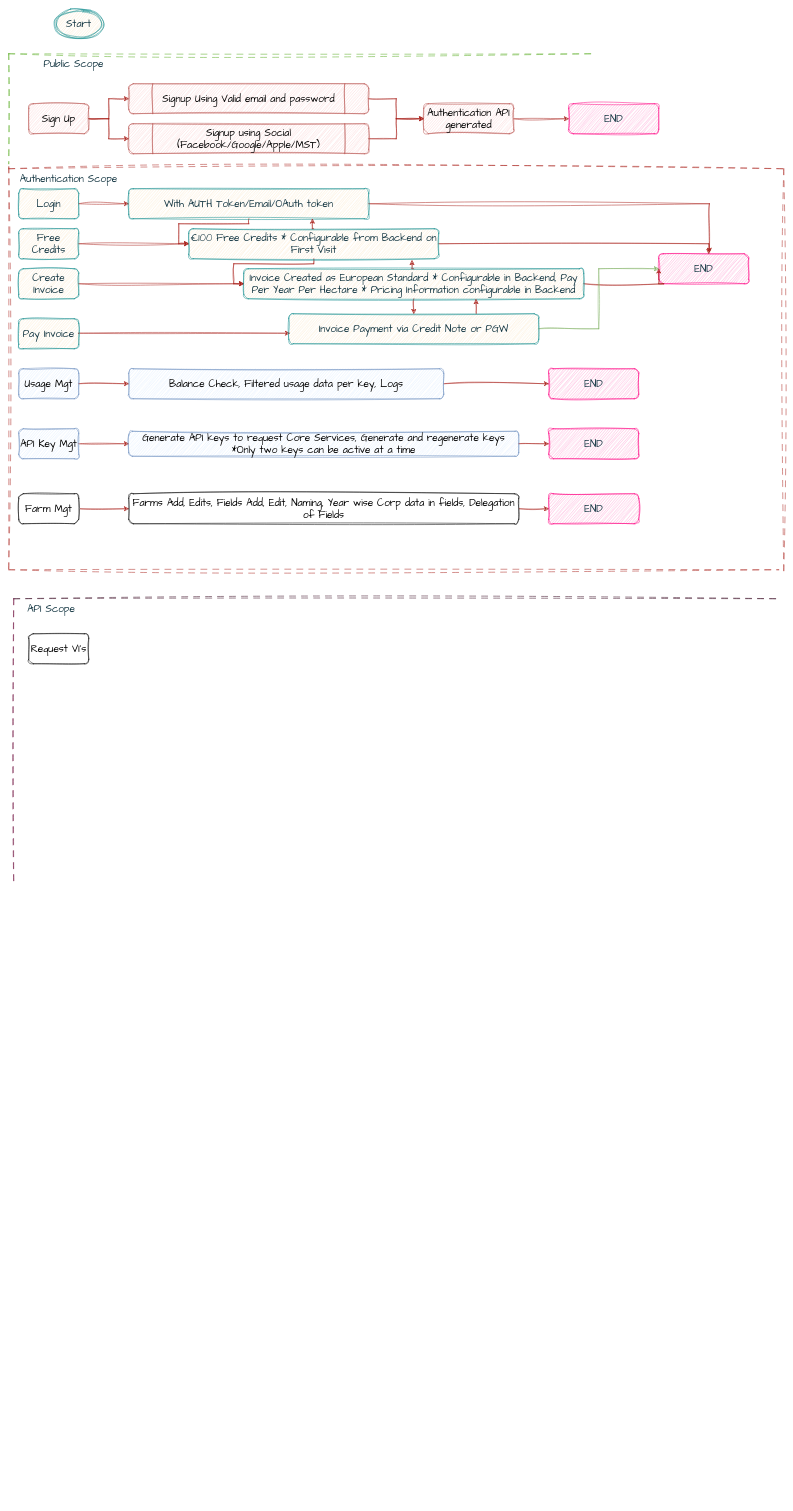
The draw.io diagram data_flow_diagram.drawio in AsifKibria/SpaceNus-API-Diagram, before the edit. Source tidied: cells renumbered, new cells numbered last; positions are measured from the earlier drawing's top-left corner, leaving out a move shared by most shapes. Both pictures are drawn from the tidied source at 50%, with x=0, y=0 at pixel (8, 8).
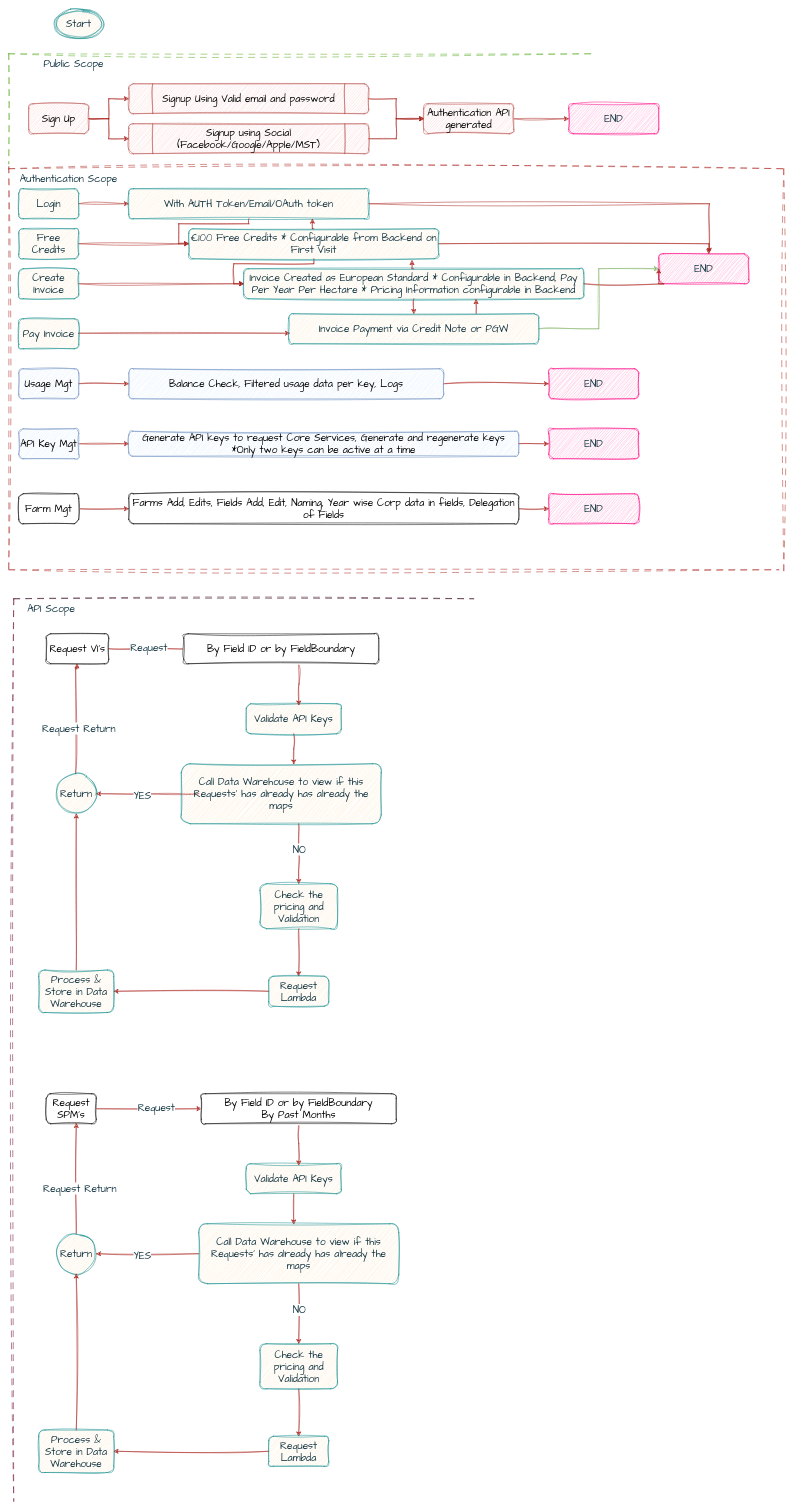
The same page after the edit.

Change to the diagram source:
```diff
@@
+    <mxCell id="65" style="edgeStyle=orthogonalEdgeStyle;rounded=0;sketch=1;hachureGap=4;jiggle=2;curveFitting=1;jettySize=auto;html=1;strokeColor=#A8201A;fontFamily=Architects Daughter;fontSize=16;fontColor=#143642;fillColor=#FAE5C7;" parent="1" edge="1" source="61">
+      <mxGeometry relative="1" as="geometry">
+        <mxPoint x="385" y="1280" as="targetPoint" />
+      </mxGeometry>
+    </mxCell>
+    <mxCell id="66" value="Request" style="edgeLabel;html=1;align=center;verticalAlign=middle;fontSize=20;fontFamily=Architects Daughter;fontColor=#143642;" parent="65" vertex="1">
+      <mxGeometry x="-0.14" y="4" relative="1" as="geometry">
+        <mxPoint x="-1" as="offset" />
+      </mxGeometry>
+    </mxCell>
     <mxCell id="61" value="Request VI's" style="rounded=1;whiteSpace=wrap;html=1;hachureGap=4;fontFamily=Architects Daughter;fontSize=20;sketch=1;curveFitting=1;jiggle=2;labelBackgroundColor=none;" parent="1" vertex="1">
-      <mxGeometry x="40" y="1250" width="120" height="60" as="geometry" />
+      <mxGeometry x="75" y="1250" width="125" height="60" as="geometry" />
     </mxCell>
     <mxCell id="62" style="endArrow=none;html=1;rounded=1;hachureGap=4;fontFamily=Architects Daughter;fontSize=16;dashed=1;dashPattern=12 12;sketch=1;curveFitting=1;jiggle=2;labelBackgroundColor=none;strokeColor=#33001A;fontColor=default;" parent="1" edge="1">
       <mxGeometry relative="1" as="geometry">
         <mxPoint x="10" y="1180" as="sourcePoint" />
-        <mxPoint x="1540" y="1180" as="targetPoint" />
+        <mxPoint x="930" y="1180" as="targetPoint" />
       </mxGeometry>
     </mxCell>
     <mxCell id="63" style="endArrow=none;html=1;rounded=1;hachureGap=4;fontFamily=Architects Daughter;fontSize=16;dashed=1;dashPattern=12 12;sketch=1;curveFitting=1;jiggle=2;labelBackgroundColor=none;strokeColor=#660033;fontColor=default;" parent="1" edge="1">
       <mxGeometry relative="1" as="geometry">
         <mxPoint x="10" y="1180" as="sourcePoint" />
-        <mxPoint x="10" y="1750" as="targetPoint" />
+        <mxPoint x="10" y="2985" as="targetPoint" />
       </mxGeometry>
     </mxCell>
@@
+    <mxCell id="67" style="edgeStyle=orthogonalEdgeStyle;rounded=0;sketch=1;hachureGap=4;jiggle=2;curveFitting=1;jettySize=auto;html=1;entryX=0.475;entryY=0.008;entryDx=0;entryDy=0;entryPerimeter=0;strokeColor=#A8201A;fontFamily=Architects Daughter;fontSize=16;fontColor=#143642;fillColor=#FAE5C7;" parent="1" edge="1" source="68">
+      <mxGeometry relative="1" as="geometry">
+        <mxPoint x="570" y="1511" as="targetPoint" />
+      </mxGeometry>
+    </mxCell>
+    <mxCell id="68" value="Validate API Keys" style="rounded=1;whiteSpace=wrap;html=1;sketch=1;hachureGap=4;jiggle=2;curveFitting=1;strokeColor=#0F8B8D;fontFamily=Architects Daughter;fontSize=20;fontColor=#143642;fillColor=#FAE5C7;" parent="1" vertex="1">
+      <mxGeometry x="475" y="1390" width="190" height="60" as="geometry" />
+    </mxCell>
+    <mxCell id="69" style="edgeStyle=orthogonalEdgeStyle;rounded=0;sketch=1;hachureGap=4;jiggle=2;curveFitting=1;jettySize=auto;html=1;entryX=0.553;entryY=0.05;entryDx=0;entryDy=0;entryPerimeter=0;strokeColor=#A8201A;fontFamily=Architects Daughter;fontSize=16;fontColor=#143642;fillColor=#FAE5C7;" parent="1" edge="1" target="68">
+      <mxGeometry relative="1" as="geometry">
+        <mxPoint x="580" y="1310" as="sourcePoint" />
+      </mxGeometry>
+    </mxCell>
+    <mxCell id="70" value="By Field ID or by FieldBoundary" style="rounded=1;whiteSpace=wrap;html=1;hachureGap=4;fontFamily=Architects Daughter;fontSize=20;sketch=1;curveFitting=1;jiggle=2;labelBackgroundColor=none;" parent="1" vertex="1">
+      <mxGeometry x="350" y="1250" width="390" height="60" as="geometry" />
+    </mxCell>
+    <mxCell id="71" style="edgeStyle=orthogonalEdgeStyle;rounded=0;sketch=1;hachureGap=4;jiggle=2;curveFitting=1;jettySize=auto;html=1;strokeColor=#A8201A;fontFamily=Architects Daughter;fontSize=16;fontColor=#143642;fillColor=#FAE5C7;" parent="1" edge="1" target="78">
+      <mxGeometry relative="1" as="geometry">
+        <mxPoint x="380" y="1570" as="sourcePoint" />
+      </mxGeometry>
+    </mxCell>
+    <mxCell id="72" value="YES" style="edgeLabel;html=1;align=center;verticalAlign=middle;fontSize=20;fontFamily=Architects Daughter;fontColor=#143642;" parent="71" vertex="1">
+      <mxGeometry x="0.11" y="3" relative="1" as="geometry" />
+    </mxCell>
+    <mxCell id="73" style="edgeStyle=orthogonalEdgeStyle;rounded=0;sketch=1;hachureGap=4;jiggle=2;curveFitting=1;jettySize=auto;html=1;strokeColor=#A8201A;fontFamily=Architects Daughter;fontSize=16;fontColor=#143642;fillColor=#FAE5C7;" parent="1" edge="1" target="80">
+      <mxGeometry relative="1" as="geometry">
+        <mxPoint x="580" y="1630" as="sourcePoint" />
+      </mxGeometry>
+    </mxCell>
+    <mxCell id="74" value="NO" style="edgeLabel;html=1;align=center;verticalAlign=middle;fontSize=20;fontFamily=Architects Daughter;fontColor=#143642;" parent="73" vertex="1">
+      <mxGeometry x="-0.15" relative="1" as="geometry" />
+    </mxCell>
+    <mxCell id="75" value="Call Data Warehouse to view if this Requests' has already has already the maps" style="rounded=1;whiteSpace=wrap;html=1;sketch=1;hachureGap=4;jiggle=2;curveFitting=1;strokeColor=#0F8B8D;fontFamily=Architects Daughter;fontSize=20;fontColor=#143642;fillColor=#FAE5C7;glass=0;shadow=0;" parent="1" vertex="1">
+      <mxGeometry x="345" y="1510" width="400" height="120" as="geometry" />
+    </mxCell>
+    <mxCell id="76" style="edgeStyle=orthogonalEdgeStyle;rounded=0;sketch=1;hachureGap=4;jiggle=2;curveFitting=1;orthogonalLoop=1;jettySize=auto;html=1;strokeColor=#A8201A;fontFamily=Architects Daughter;fontSize=16;fontColor=#143642;fillColor=#FAE5C7;entryX=0.5;entryY=1;entryDx=0;entryDy=0;" parent="1" edge="1">
+      <mxGeometry relative="1" as="geometry">
+        <mxPoint x="133.8" y="1530" as="sourcePoint" />
+        <mxPoint x="136.3" y="1310" as="targetPoint" />
+        <Array as="points">
+          <mxPoint x="134" y="1320" />
+          <mxPoint x="136" y="1320" />
+        </Array>
+      </mxGeometry>
+    </mxCell>
+    <mxCell id="77" value="Request Return&amp;nbsp;" style="edgeLabel;html=1;align=center;verticalAlign=middle;fontSize=20;fontFamily=Architects Daughter;fontColor=#143642;" parent="76" vertex="1">
+      <mxGeometry x="-0.17" y="2" relative="1" as="geometry">
+        <mxPoint x="12" as="offset" />
+      </mxGeometry>
+    </mxCell>
+    <mxCell id="78" value="Return" style="ellipse;whiteSpace=wrap;html=1;fontSize=20;fontFamily=Architects Daughter;fillColor=#FAE5C7;strokeColor=#0F8B8D;fontColor=#143642;rounded=1;sketch=1;hachureGap=4;jiggle=2;curveFitting=1;glass=0;shadow=0;" parent="1" vertex="1">
+      <mxGeometry x="95" y="1530" width="80" height="80" as="geometry" />
+    </mxCell>
+    <mxCell id="79" style="edgeStyle=orthogonalEdgeStyle;rounded=0;sketch=1;hachureGap=4;jiggle=2;curveFitting=1;jettySize=auto;html=1;strokeColor=#A8201A;fontFamily=Architects Daughter;fontSize=16;fontColor=#143642;fillColor=#FAE5C7;" parent="1" edge="1" source="80" target="82">
+      <mxGeometry relative="1" as="geometry" />
+    </mxCell>
+    <mxCell id="80" value="Check the pricing and Validation" style="whiteSpace=wrap;html=1;fontSize=20;fontFamily=Architects Daughter;fillColor=#FAE5C7;strokeColor=#0F8B8D;fontColor=#143642;rounded=1;sketch=1;hachureGap=4;jiggle=2;curveFitting=1;glass=0;shadow=0;" parent="1" vertex="1">
+      <mxGeometry x="502.5" y="1750" width="155" height="90" as="geometry" />
+    </mxCell>
+    <mxCell id="81" style="edgeStyle=orthogonalEdgeStyle;rounded=0;sketch=1;hachureGap=4;jiggle=2;curveFitting=1;jettySize=auto;html=1;strokeColor=#A8201A;fontFamily=Architects Daughter;fontSize=16;fontColor=#143642;fillColor=#FAE5C7;" parent="1" edge="1" source="82" target="84">
+      <mxGeometry relative="1" as="geometry" />
+    </mxCell>
+    <mxCell id="82" value="Request Lambda" style="whiteSpace=wrap;html=1;fontSize=20;fontFamily=Architects Daughter;fillColor=#FAE5C7;strokeColor=#0F8B8D;fontColor=#143642;rounded=1;sketch=1;hachureGap=4;jiggle=2;curveFitting=1;glass=0;shadow=0;" parent="1" vertex="1">
+      <mxGeometry x="520" y="1935" width="120" height="60" as="geometry" />
+    </mxCell>
+    <mxCell id="83" style="edgeStyle=orthogonalEdgeStyle;rounded=0;sketch=1;hachureGap=4;jiggle=2;curveFitting=1;jettySize=auto;html=1;entryX=0.5;entryY=1;entryDx=0;entryDy=0;strokeColor=#A8201A;fontFamily=Architects Daughter;fontSize=16;fontColor=#143642;fillColor=#FAE5C7;" parent="1" edge="1" source="84" target="78">
+      <mxGeometry relative="1" as="geometry" />
+    </mxCell>
+    <mxCell id="84" value="Process &amp;amp; Store in Data Warehouse" style="whiteSpace=wrap;html=1;fontSize=20;fontFamily=Architects Daughter;fillColor=#FAE5C7;strokeColor=#0F8B8D;fontColor=#143642;rounded=1;sketch=1;hachureGap=4;jiggle=2;curveFitting=1;glass=0;shadow=0;" parent="1" vertex="1">
+      <mxGeometry x="60" y="1922.5" width="150" height="85" as="geometry" />
+    </mxCell>
+    <mxCell id="85" style="edgeStyle=orthogonalEdgeStyle;rounded=0;sketch=1;hachureGap=4;jiggle=2;curveFitting=1;jettySize=auto;html=1;strokeColor=#A8201A;fontFamily=Architects Daughter;fontSize=16;fontColor=#143642;fillColor=#FAE5C7;" parent="1" edge="1" source="87" target="91">
+      <mxGeometry relative="1" as="geometry" />
+    </mxCell>
+    <mxCell id="86" value="Request" style="edgeLabel;html=1;align=center;verticalAlign=middle;fontSize=20;fontFamily=Architects Daughter;fontColor=#143642;" parent="85" vertex="1">
+      <mxGeometry x="-0.14" y="4" relative="1" as="geometry">
+        <mxPoint x="29" as="offset" />
+      </mxGeometry>
+    </mxCell>
+    <mxCell id="87" value="Request SPM's" style="rounded=1;whiteSpace=wrap;html=1;hachureGap=4;fontFamily=Architects Daughter;fontSize=20;sketch=1;curveFitting=1;jiggle=2;labelBackgroundColor=none;" parent="1" vertex="1">
+      <mxGeometry x="75" y="2170" width="100" height="60" as="geometry" />
+    </mxCell>
+    <mxCell id="88" style="edgeStyle=orthogonalEdgeStyle;rounded=0;sketch=1;hachureGap=4;jiggle=2;curveFitting=1;jettySize=auto;html=1;entryX=0.475;entryY=0.008;entryDx=0;entryDy=0;entryPerimeter=0;strokeColor=#A8201A;fontFamily=Architects Daughter;fontSize=16;fontColor=#143642;fillColor=#FAE5C7;" parent="1" edge="1" source="89" target="96">
+      <mxGeometry relative="1" as="geometry" />
+    </mxCell>
+    <mxCell id="89" value="Validate API Keys" style="rounded=1;whiteSpace=wrap;html=1;sketch=1;hachureGap=4;jiggle=2;curveFitting=1;strokeColor=#0F8B8D;fontFamily=Architects Daughter;fontSize=20;fontColor=#143642;fillColor=#FAE5C7;" parent="1" vertex="1">
+      <mxGeometry x="475" y="2310" width="190" height="60" as="geometry" />
+    </mxCell>
+    <mxCell id="90" style="edgeStyle=orthogonalEdgeStyle;rounded=0;sketch=1;hachureGap=4;jiggle=2;curveFitting=1;jettySize=auto;html=1;entryX=0.553;entryY=0.05;entryDx=0;entryDy=0;entryPerimeter=0;strokeColor=#A8201A;fontFamily=Architects Daughter;fontSize=16;fontColor=#143642;fillColor=#FAE5C7;" parent="1" edge="1" source="91" target="89">
+      <mxGeometry relative="1" as="geometry" />
+    </mxCell>
+    <mxCell id="91" value="By Field ID or by FieldBoundary&lt;br&gt;By Past Months" style="rounded=1;whiteSpace=wrap;html=1;hachureGap=4;fontFamily=Architects Daughter;fontSize=20;sketch=1;curveFitting=1;jiggle=2;labelBackgroundColor=none;" parent="1" vertex="1">
+      <mxGeometry x="385" y="2170" width="390" height="60" as="geometry" />
+    </mxCell>
+    <mxCell id="92" style="edgeStyle=orthogonalEdgeStyle;rounded=0;sketch=1;hachureGap=4;jiggle=2;curveFitting=1;jettySize=auto;html=1;strokeColor=#A8201A;fontFamily=Architects Daughter;fontSize=16;fontColor=#143642;fillColor=#FAE5C7;" parent="1" edge="1" source="96" target="99">
+      <mxGeometry relative="1" as="geometry" />
+    </mxCell>
+    <mxCell id="93" value="YES" style="edgeLabel;html=1;align=center;verticalAlign=middle;fontSize=20;fontFamily=Architects Daughter;fontColor=#143642;" parent="92" vertex="1">
+      <mxGeometry x="0.11" y="3" relative="1" as="geometry" />
+    </mxCell>
+    <mxCell id="94" style="edgeStyle=orthogonalEdgeStyle;rounded=0;sketch=1;hachureGap=4;jiggle=2;curveFitting=1;jettySize=auto;html=1;strokeColor=#A8201A;fontFamily=Architects Daughter;fontSize=16;fontColor=#143642;fillColor=#FAE5C7;" parent="1" edge="1" source="96" target="101">
+      <mxGeometry relative="1" as="geometry" />
+    </mxCell>
+    <mxCell id="95" value="NO" style="edgeLabel;html=1;align=center;verticalAlign=middle;fontSize=20;fontFamily=Architects Daughter;fontColor=#143642;" parent="94" vertex="1">
+      <mxGeometry x="-0.15" relative="1" as="geometry" />
+    </mxCell>
+    <mxCell id="96" value="Call Data Warehouse to view if this Requests' has already has already the maps" style="rounded=1;whiteSpace=wrap;html=1;sketch=1;hachureGap=4;jiggle=2;curveFitting=1;strokeColor=#0F8B8D;fontFamily=Architects Daughter;fontSize=20;fontColor=#143642;fillColor=#FAE5C7;glass=0;shadow=0;" parent="1" vertex="1">
+      <mxGeometry x="380" y="2430" width="400" height="120" as="geometry" />
+    </mxCell>
+    <mxCell id="97" style="edgeStyle=orthogonalEdgeStyle;rounded=0;sketch=1;hachureGap=4;jiggle=2;curveFitting=1;jettySize=auto;html=1;strokeColor=#A8201A;fontFamily=Architects Daughter;fontSize=16;fontColor=#143642;fillColor=#FAE5C7;entryX=0.6;entryY=0.983;entryDx=0;entryDy=0;entryPerimeter=0;" parent="1" edge="1" source="99" target="87">
+      <mxGeometry relative="1" as="geometry" />
+    </mxCell>
+    <mxCell id="98" value="Request Return&amp;nbsp;" style="edgeLabel;html=1;align=center;verticalAlign=middle;fontSize=20;fontFamily=Architects Daughter;fontColor=#143642;" parent="97" vertex="1">
+      <mxGeometry x="-0.17" y="2" relative="1" as="geometry">
+        <mxPoint x="12" as="offset" />
+      </mxGeometry>
+    </mxCell>
+    <mxCell id="99" value="Return" style="ellipse;whiteSpace=wrap;html=1;fontSize=20;fontFamily=Architects Daughter;fillColor=#FAE5C7;strokeColor=#0F8B8D;fontColor=#143642;rounded=1;sketch=1;hachureGap=4;jiggle=2;curveFitting=1;glass=0;shadow=0;" parent="1" vertex="1">
+      <mxGeometry x="95" y="2450" width="80" height="80" as="geometry" />
+    </mxCell>
+    <mxCell id="100" style="edgeStyle=orthogonalEdgeStyle;rounded=0;sketch=1;hachureGap=4;jiggle=2;curveFitting=1;jettySize=auto;html=1;strokeColor=#A8201A;fontFamily=Architects Daughter;fontSize=16;fontColor=#143642;fillColor=#FAE5C7;" parent="1" edge="1" source="101" target="103">
+      <mxGeometry relative="1" as="geometry" />
+    </mxCell>
+    <mxCell id="101" value="Check the pricing and Validation" style="whiteSpace=wrap;html=1;fontSize=20;fontFamily=Architects Daughter;fillColor=#FAE5C7;strokeColor=#0F8B8D;fontColor=#143642;rounded=1;sketch=1;hachureGap=4;jiggle=2;curveFitting=1;glass=0;shadow=0;" parent="1" vertex="1">
+      <mxGeometry x="502.5" y="2670" width="155" height="90" as="geometry" />
+    </mxCell>
+    <mxCell id="102" style="edgeStyle=orthogonalEdgeStyle;rounded=0;sketch=1;hachureGap=4;jiggle=2;curveFitting=1;jettySize=auto;html=1;strokeColor=#A8201A;fontFamily=Architects Daughter;fontSize=16;fontColor=#143642;fillColor=#FAE5C7;" parent="1" edge="1" source="103" target="105">
+      <mxGeometry relative="1" as="geometry" />
+    </mxCell>
+    <mxCell id="103" value="Request Lambda" style="whiteSpace=wrap;html=1;fontSize=20;fontFamily=Architects Daughter;fillColor=#FAE5C7;strokeColor=#0F8B8D;fontColor=#143642;rounded=1;sketch=1;hachureGap=4;jiggle=2;curveFitting=1;glass=0;shadow=0;" parent="1" vertex="1">
+      <mxGeometry x="520" y="2855" width="120" height="60" as="geometry" />
+    </mxCell>
+    <mxCell id="104" style="edgeStyle=orthogonalEdgeStyle;rounded=0;sketch=1;hachureGap=4;jiggle=2;curveFitting=1;jettySize=auto;html=1;entryX=0.5;entryY=1;entryDx=0;entryDy=0;strokeColor=#A8201A;fontFamily=Architects Daughter;fontSize=16;fontColor=#143642;fillColor=#FAE5C7;" parent="1" edge="1" source="105" target="99">
+      <mxGeometry relative="1" as="geometry" />
+    </mxCell>
+    <mxCell id="105" value="Process &amp;amp; Store in Data Warehouse" style="whiteSpace=wrap;html=1;fontSize=20;fontFamily=Architects Daughter;fillColor=#FAE5C7;strokeColor=#0F8B8D;fontColor=#143642;rounded=1;sketch=1;hachureGap=4;jiggle=2;curveFitting=1;glass=0;shadow=0;" parent="1" vertex="1">
+      <mxGeometry x="60" y="2842.5" width="150" height="85" as="geometry" />
+    </mxCell>
```
